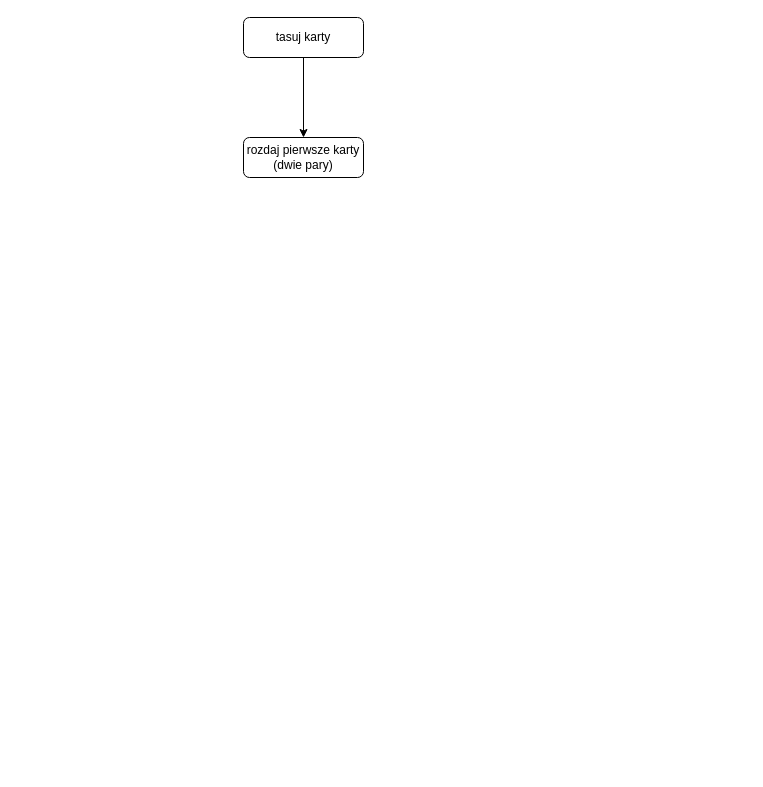
the8ill/100_days_Python_bootcamp keeps this draw.io diagram as day11 - blackjack.drawio. Above is the earlier version. Source tidied: cells renumbered, new cells numbered last; positions are measured from the earlier drawing's top-left corner, leaving out a move shared by most shapes. Both pictures are drawn from the tidied source at 100%, with x=0, y=0 at pixel (243, 17).
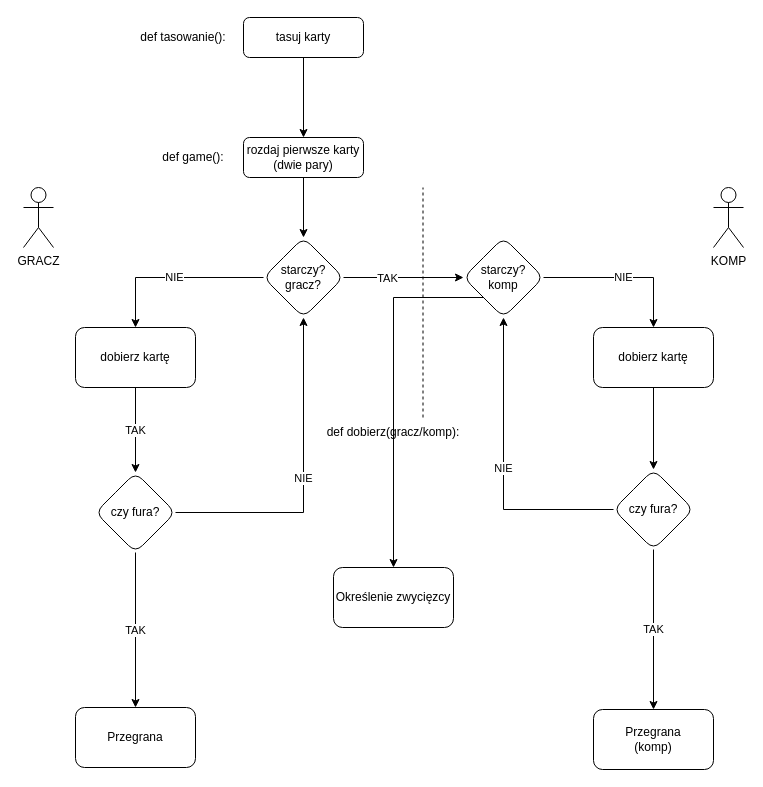
After the change.

Unchanged cells that the change refers to:
```xml
<mxCell id="4" value="rozdaj pierwsze karty&lt;br&gt;(dwie pary)" style="rounded=1;whiteSpace=wrap;html=1;fontSize=12;glass=0;strokeWidth=1;shadow=0;" parent="1" vertex="1">
  <mxGeometry y="120" width="120" height="40" as="geometry" />
</mxCell>
```

What changed in the source:
```diff
@@
+    <mxCell id="5" style="edgeStyle=orthogonalEdgeStyle;rounded=0;jettySize=auto;html=1;" parent="1" edge="1" source="4" target="11">
+      <mxGeometry relative="1" as="geometry" />
+    </mxCell>
@@
+    <mxCell id="6" value="def tasowanie():" style="text;html=1;strokeColor=none;fillColor=none;align=center;verticalAlign=middle;whiteSpace=wrap;rounded=0;" parent="1" vertex="1">
+      <mxGeometry x="-200" y="5" width="280" height="30" as="geometry" />
+    </mxCell>
+    <mxCell id="7" value="def game():" style="text;html=1;strokeColor=none;fillColor=none;align=center;verticalAlign=middle;whiteSpace=wrap;rounded=0;" parent="1" vertex="1">
+      <mxGeometry x="-190" y="125" width="280" height="30" as="geometry" />
+    </mxCell>
+    <mxCell id="8" style="edgeStyle=orthogonalEdgeStyle;rounded=0;jettySize=auto;html=1;exitX=1;exitY=0.5;exitDx=0;exitDy=0;entryX=0;entryY=0.5;entryDx=0;entryDy=0;" parent="1" edge="1" source="11" target="14">
+      <mxGeometry relative="1" as="geometry" />
+    </mxCell>
+    <mxCell id="9" value="TAK" style="edgeLabel;html=1;align=center;verticalAlign=middle;" parent="8" vertex="1">
+      <mxGeometry x="-0.29" relative="1" as="geometry" />
+    </mxCell>
+    <mxCell id="10" value="NIE" style="edgeStyle=orthogonalEdgeStyle;rounded=0;jettySize=auto;html=1;entryX=0.5;entryY=0;entryDx=0;entryDy=0;" parent="1" edge="1" source="11" target="28">
+      <mxGeometry relative="1" as="geometry" />
+    </mxCell>
+    <mxCell id="11" value="starczy?&lt;br&gt;gracz?" style="rhombus;whiteSpace=wrap;html=1;rounded=1;glass=0;strokeWidth=1;shadow=0;" parent="1" vertex="1">
+      <mxGeometry x="20" y="220" width="80" height="80" as="geometry" />
+    </mxCell>
+    <mxCell id="12" value="NIE" style="edgeStyle=orthogonalEdgeStyle;rounded=0;jettySize=auto;html=1;exitX=1;exitY=0.5;exitDx=0;exitDy=0;entryX=0.5;entryY=0;entryDx=0;entryDy=0;" parent="1" edge="1" source="14" target="30">
+      <mxGeometry relative="1" as="geometry" />
+    </mxCell>
+    <mxCell id="13" style="edgeStyle=orthogonalEdgeStyle;rounded=0;jettySize=auto;html=1;exitX=0;exitY=1;exitDx=0;exitDy=0;entryX=0.5;entryY=0;entryDx=0;entryDy=0;" parent="1" edge="1" source="14" target="31">
+      <mxGeometry relative="1" as="geometry" />
+    </mxCell>
+    <mxCell id="14" value="starczy?&lt;br&gt;komp" style="rhombus;whiteSpace=wrap;html=1;rounded=1;glass=0;strokeWidth=1;shadow=0;" parent="1" vertex="1">
+      <mxGeometry x="220" y="220" width="80" height="80" as="geometry" />
+    </mxCell>
+    <mxCell id="15" value="TAK" style="edgeStyle=orthogonalEdgeStyle;rounded=0;jettySize=auto;html=1;exitX=0.5;exitY=1;exitDx=0;exitDy=0;" parent="1" edge="1" source="28" target="18">
+      <mxGeometry relative="1" as="geometry" />
+    </mxCell>
+    <mxCell id="16" value="TAK" style="edgeStyle=orthogonalEdgeStyle;rounded=0;jettySize=auto;html=1;" parent="1" edge="1" source="18" target="19">
+      <mxGeometry relative="1" as="geometry" />
+    </mxCell>
+    <mxCell id="17" value="NIE" style="edgeStyle=orthogonalEdgeStyle;rounded=0;jettySize=auto;html=1;entryX=0.5;entryY=1;entryDx=0;entryDy=0;" parent="1" edge="1" source="18" target="11">
+      <mxGeometry relative="1" as="geometry" />
+    </mxCell>
+    <mxCell id="18" value="czy fura?" style="rhombus;whiteSpace=wrap;html=1;rounded=1;glass=0;strokeWidth=1;shadow=0;" parent="1" vertex="1">
+      <mxGeometry x="-148" y="455" width="80" height="80" as="geometry" />
+    </mxCell>
+    <mxCell id="19" value="Przegrana" style="whiteSpace=wrap;html=1;rounded=1;glass=0;strokeWidth=1;shadow=0;" parent="1" vertex="1">
+      <mxGeometry x="-168" y="690" width="120" height="60" as="geometry" />
+    </mxCell>
+    <mxCell id="20" value="TAK" style="edgeStyle=orthogonalEdgeStyle;rounded=0;jettySize=auto;html=1;exitX=0.5;exitY=1;exitDx=0;exitDy=0;" parent="1" edge="1" source="22" target="23">
+      <mxGeometry relative="1" as="geometry" />
+    </mxCell>
+    <mxCell id="21" value="NIE" style="edgeStyle=orthogonalEdgeStyle;rounded=0;jettySize=auto;html=1;exitX=0;exitY=0.5;exitDx=0;exitDy=0;entryX=0.5;entryY=1;entryDx=0;entryDy=0;" parent="1" edge="1" source="22" target="14">
+      <mxGeometry relative="1" as="geometry">
+        <Array as="points">
+          <mxPoint x="260" y="492" />
+        </Array>
+      </mxGeometry>
+    </mxCell>
+    <mxCell id="22" value="czy fura?" style="rhombus;whiteSpace=wrap;html=1;rounded=1;glass=0;strokeWidth=1;shadow=0;" parent="1" vertex="1">
+      <mxGeometry x="370" y="452" width="80" height="80" as="geometry" />
+    </mxCell>
+    <mxCell id="23" value="Przegrana&lt;br&gt;(komp)" style="rounded=1;whiteSpace=wrap;html=1;glass=0;strokeWidth=1;shadow=0;" parent="1" vertex="1">
+      <mxGeometry x="350" y="692" width="120" height="60" as="geometry" />
+    </mxCell>
+    <mxCell id="24" value="def dobierz(gracz/komp):" style="text;html=1;strokeColor=none;fillColor=none;align=center;verticalAlign=middle;whiteSpace=wrap;rounded=0;" parent="1" vertex="1">
+      <mxGeometry x="70" y="400" width="160" height="30" as="geometry" />
+    </mxCell>
+    <mxCell id="25" style="endArrow=none;dashed=1;html=1;rounded=0;" parent="1" edge="1">
+      <mxGeometry relative="1" as="geometry">
+        <mxPoint x="179.5" y="400" as="sourcePoint" />
+        <mxPoint x="179.5" y="170" as="targetPoint" />
+      </mxGeometry>
+    </mxCell>
+    <mxCell id="26" value="GRACZ" style="shape=umlActor;verticalLabelPosition=bottom;verticalAlign=top;html=1;" parent="1" vertex="1">
+      <mxGeometry x="-220" y="170" width="30" height="60" as="geometry" />
+    </mxCell>
+    <mxCell id="27" value="KOMP" style="shape=umlActor;verticalLabelPosition=bottom;verticalAlign=top;html=1;" parent="1" vertex="1">
+      <mxGeometry x="470" y="170" width="30" height="60" as="geometry" />
+    </mxCell>
+    <mxCell id="28" value="dobierz kartę" style="rounded=1;whiteSpace=wrap;html=1;" parent="1" vertex="1">
+      <mxGeometry x="-168" y="310" width="120" height="60" as="geometry" />
+    </mxCell>
+    <mxCell id="29" style="edgeStyle=orthogonalEdgeStyle;rounded=0;jettySize=auto;html=1;exitX=0.5;exitY=1;exitDx=0;exitDy=0;entryX=0.5;entryY=0;entryDx=0;entryDy=0;" parent="1" edge="1" source="30" target="22">
+      <mxGeometry relative="1" as="geometry" />
+    </mxCell>
+    <mxCell id="30" value="dobierz kartę" style="rounded=1;whiteSpace=wrap;html=1;" parent="1" vertex="1">
+      <mxGeometry x="350" y="310" width="120" height="60" as="geometry" />
+    </mxCell>
+    <mxCell id="31" value="Określenie zwycięzcy" style="rounded=1;whiteSpace=wrap;html=1;" parent="1" vertex="1">
+      <mxGeometry x="90" y="550" width="120" height="60" as="geometry" />
+    </mxCell>
```
